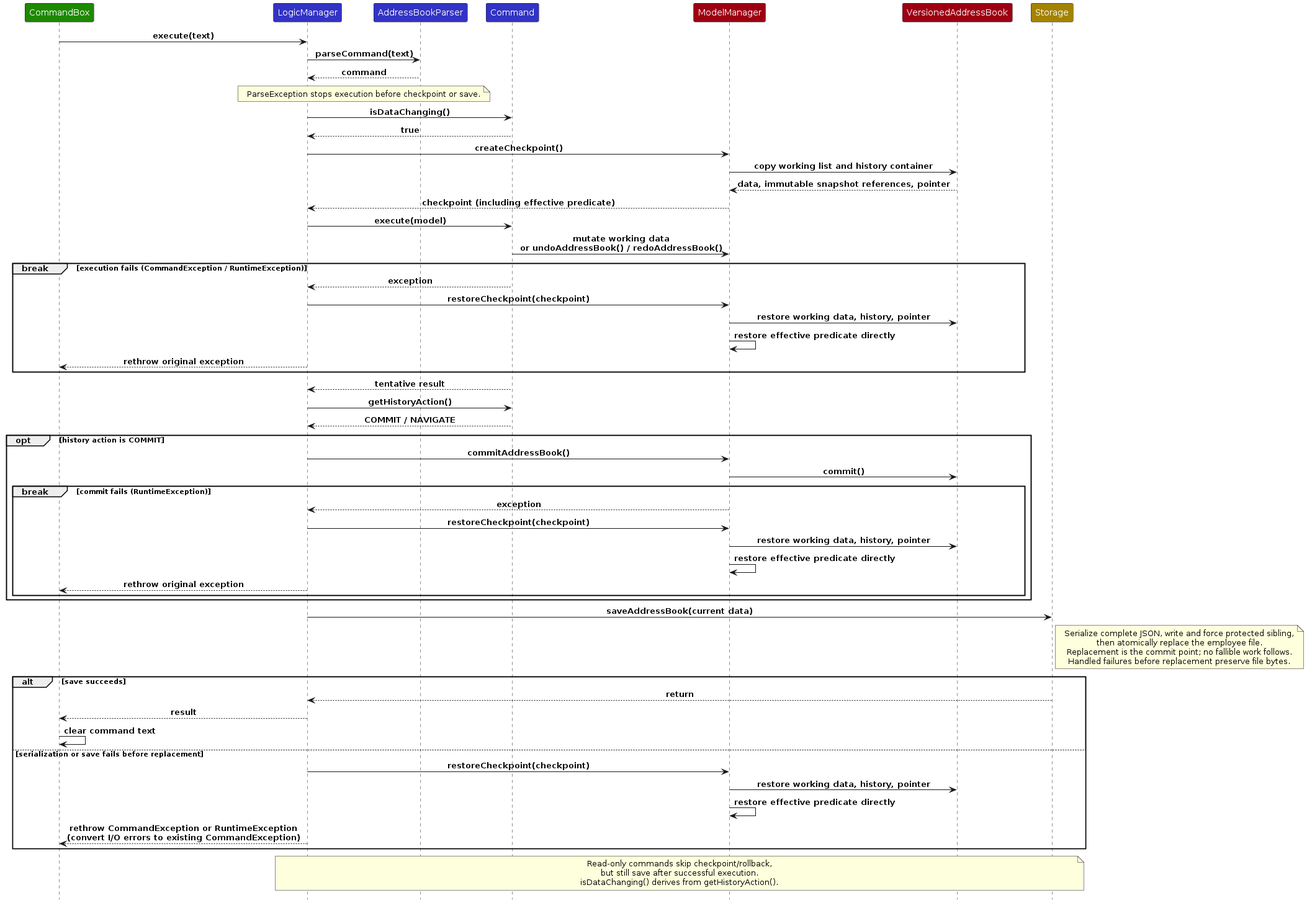
Before: diagrams/CommandTransaction.png, a diagram exported from PlantUML (AY2627S1-CS2103T-W10-4/tp). Its source is kept beside it as diagrams/CommandTransaction.puml.
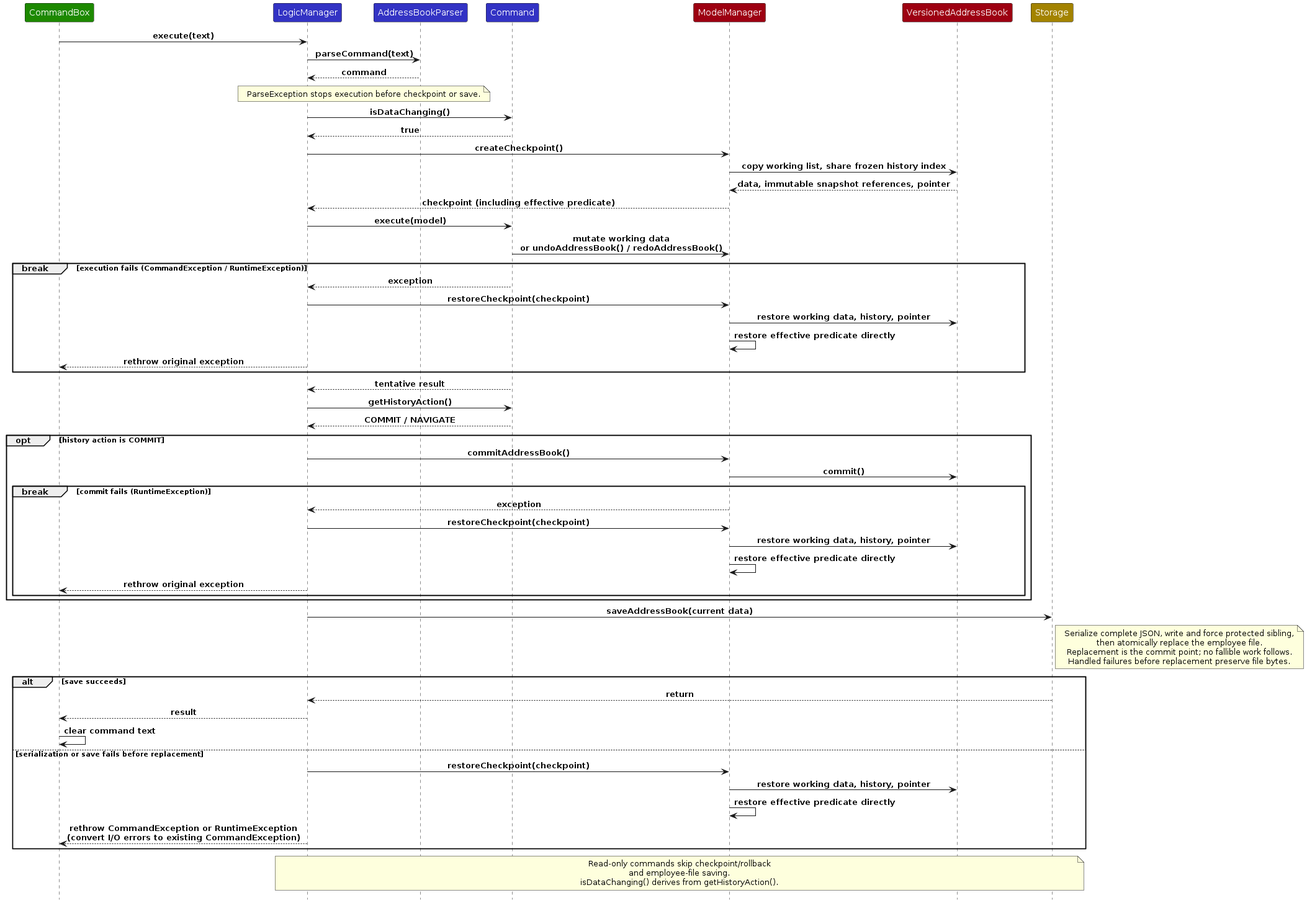
The same diagram one commit later.

What changed in the source:
```diff
@@ -17,7 +17,7 @@
 Logic -> Command : isDataChanging()
 Command --> Logic : true
 Logic -> Model : createCheckpoint()
-Model -> History : copy working list and history container
+Model -> History : copy working list, share frozen history index
 History --> Model : data, immutable snapshot references, pointer
 Model --> Logic : checkpoint (including effective predicate)
 Logic -> Command : execute(model)
@@ -61,8 +61,8 @@
     Logic --> UI : rethrow CommandException or RuntimeException\n(convert I/O errors to existing CommandException)
 end
 note over Logic, Storage
-Read-only commands skip checkpoint/rollback,
-but still save after successful execution.
+Read-only commands skip checkpoint/rollback
+and employee-file saving.
 isDataChanging() derives from getHistoryAction().
 end note
 @enduml
```
